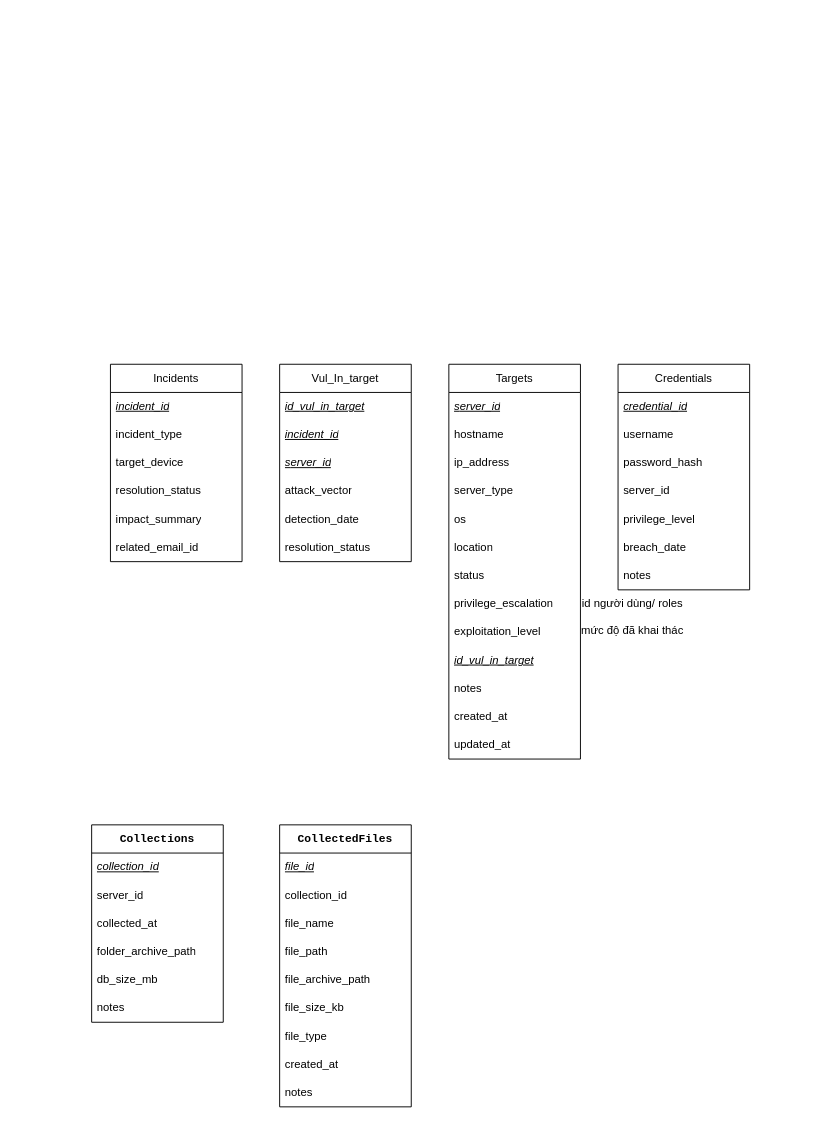
Before: Python/DB-DoAn.drawio in TranKuBao/Try_hard_Code, a draw.io diagram. Source tidied: cells renumbered, new cells numbered last; positions are measured from the earlier drawing's top-left corner, leaving out a move shared by most shapes. Both pictures are drawn from the tidied source at 94%, with x=0, y=0 at pixel (91, 364).
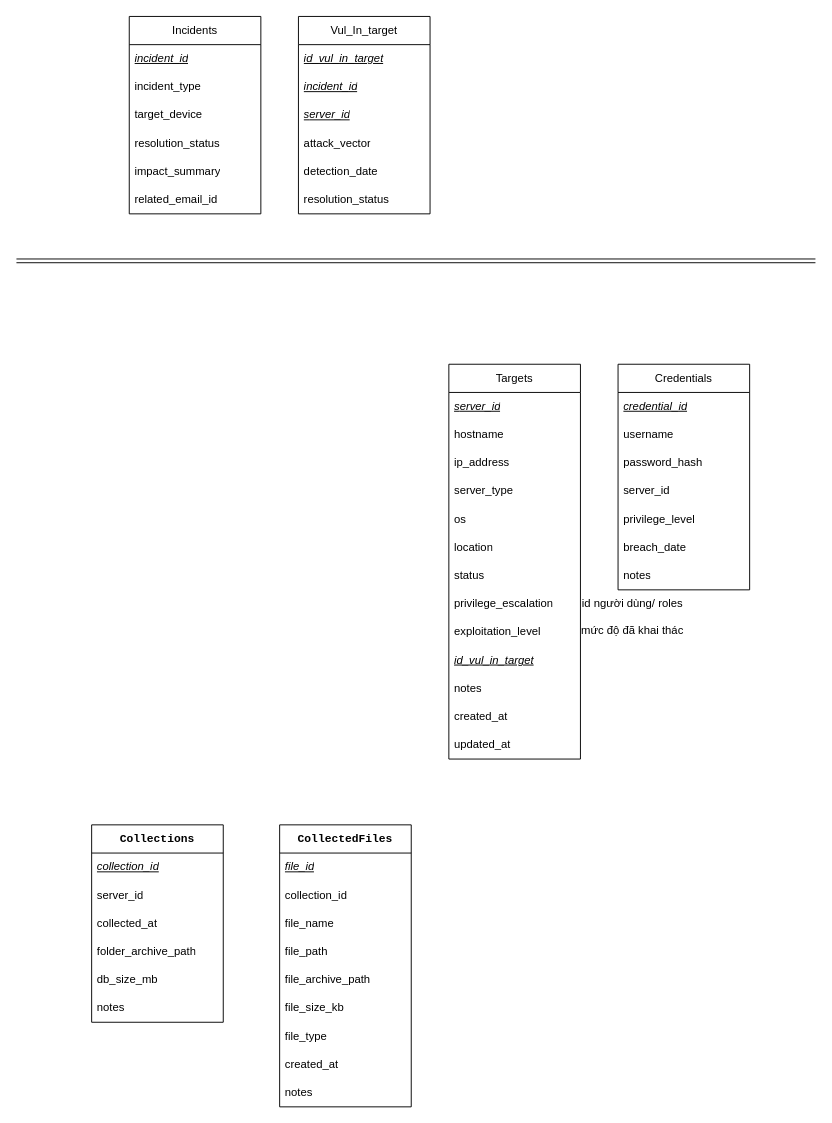
After the change.

What changed in the source:
```diff
@@
     <mxCell id="16" value="Incidents" style="swimlane;fontStyle=0;horizontal=1;startSize=30;whiteSpace=wrap;html=1;" parent="1" vertex="1">
-      <mxGeometry x="20" width="140" height="210" as="geometry" />
+      <mxGeometry x="40" y="-370" width="140" height="210" as="geometry" />
     </mxCell>
@@
     <mxCell id="48" value="Vul_In_target" style="swimlane;fontStyle=0;horizontal=1;startSize=30;whiteSpace=wrap;html=1;" parent="1" vertex="1">
-      <mxGeometry x="200" width="140" height="210" as="geometry" />
+      <mxGeometry x="220" y="-370" width="140" height="210" as="geometry" />
     </mxCell>
@@
+    <mxCell id="57" style="shape=link;html=1;rounded=0;" parent="1" edge="1">
+      <mxGeometry relative="1" as="geometry">
+        <mxPoint x="-80" y="-110" as="sourcePoint" />
+        <mxPoint x="770" y="-110" as="targetPoint" />
+      </mxGeometry>
+    </mxCell>
```
